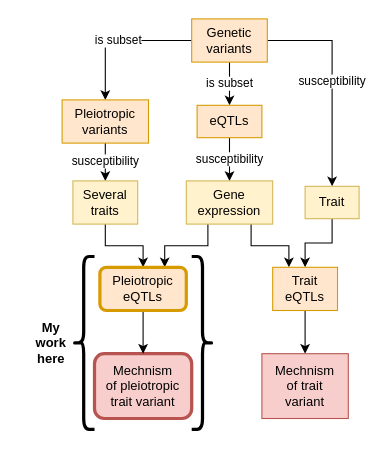
Before: doc/presentation_230511_centuriday2023/fig/graphical_intro_approach.drawio in aitgon/gwas2eqtl_pleiotropy, a draw.io diagram. Source tidied: cells renumbered, new cells numbered last; positions are measured from the earlier drawing's top-left corner, leaving out a move shared by most shapes. Both pictures are drawn from the tidied source at 108%, with x=0, y=0 at pixel (18, 18).
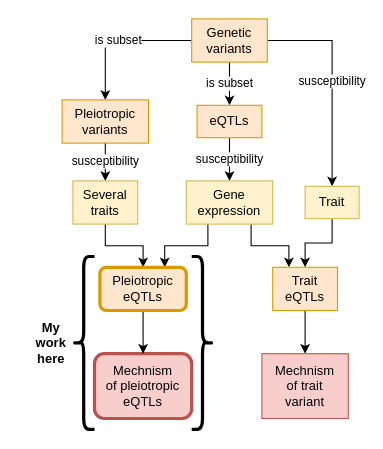
After the change.

What changed in the source:
```diff
@@
-    <mxCell id="19" value="Mechnism&lt;br&gt;of pleiotropic&lt;br&gt;trait variant" style="rounded=1;whiteSpace=wrap;html=1;fillColor=#f8cecc;strokeColor=#b85450;shadow=0;strokeWidth=3;" parent="1" vertex="1">
+    <mxCell id="19" value="Mechnism&lt;br&gt;of pleiotropic&lt;br&gt;eQTLs" style="rounded=1;whiteSpace=wrap;html=1;fillColor=#f8cecc;strokeColor=#b85450;shadow=0;strokeWidth=3;" parent="1" vertex="1">
       <mxGeometry x="70" y="310" width="90" height="60" as="geometry" />
     </mxCell>
```
